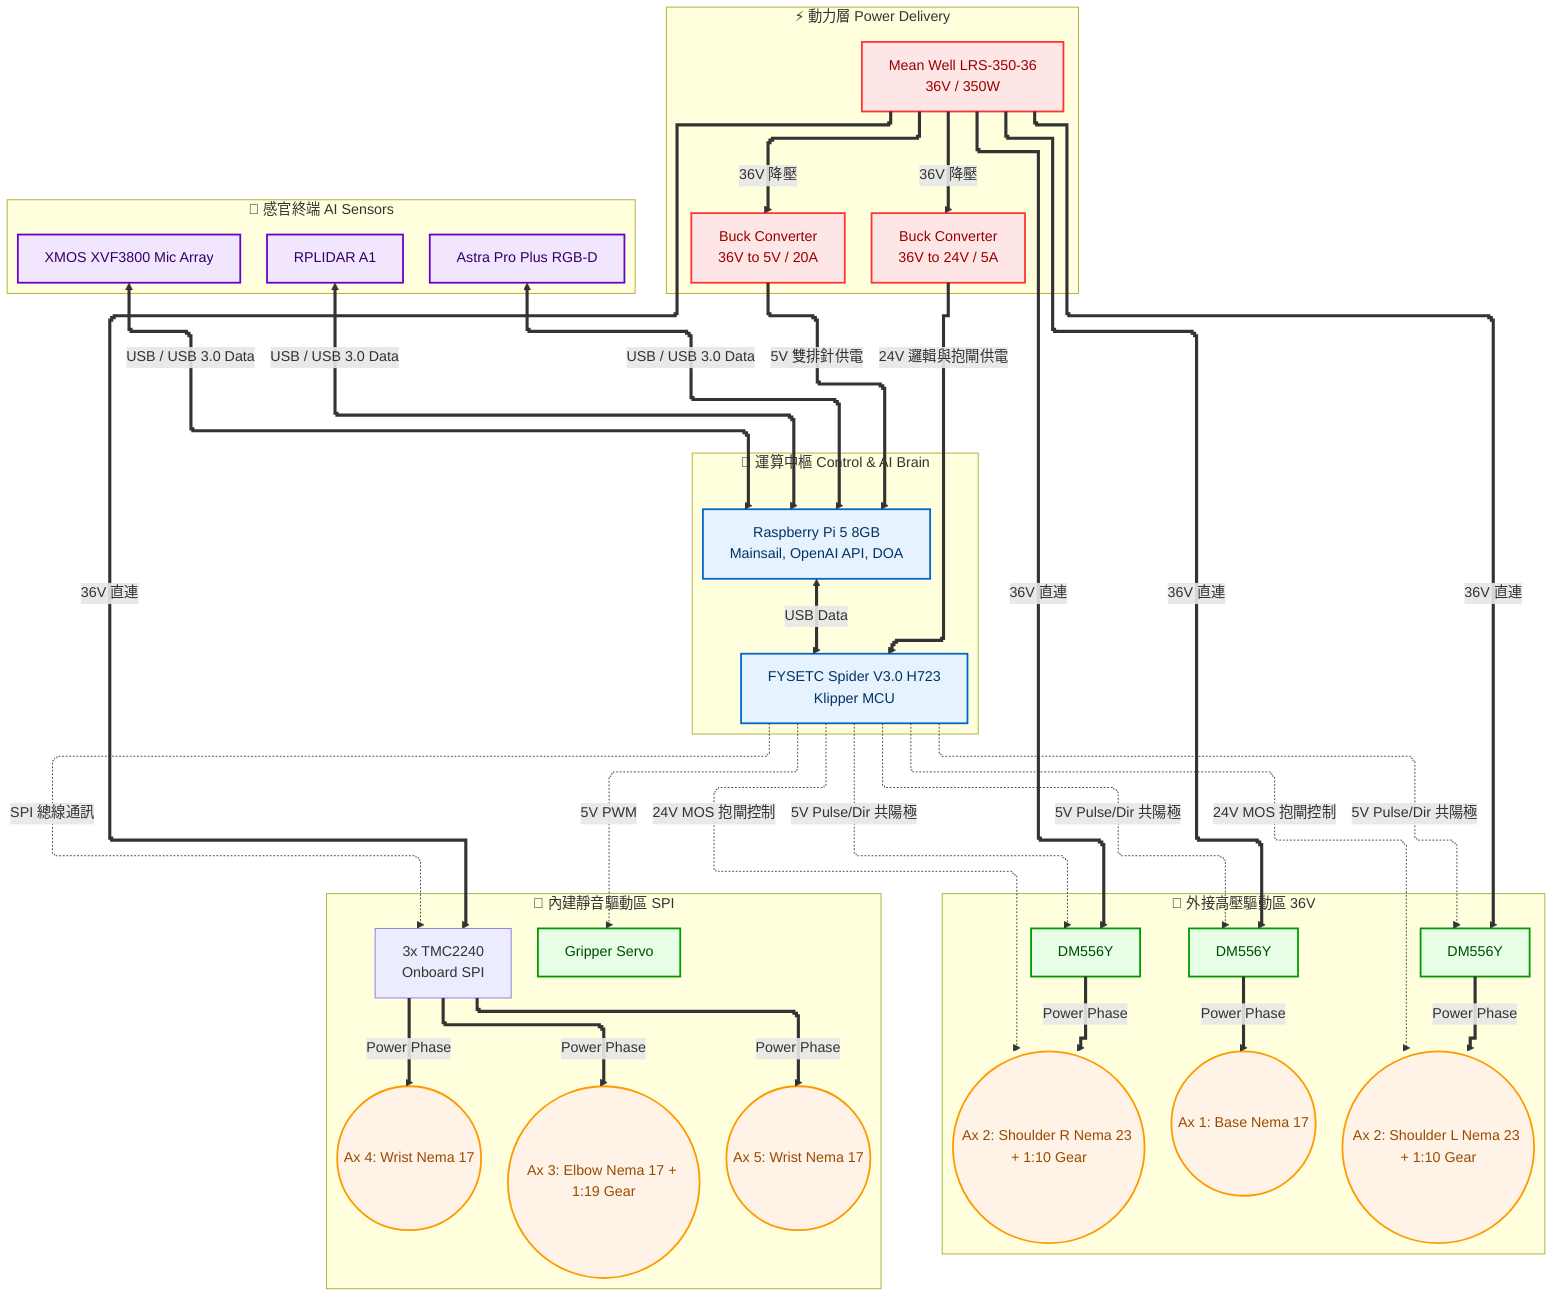
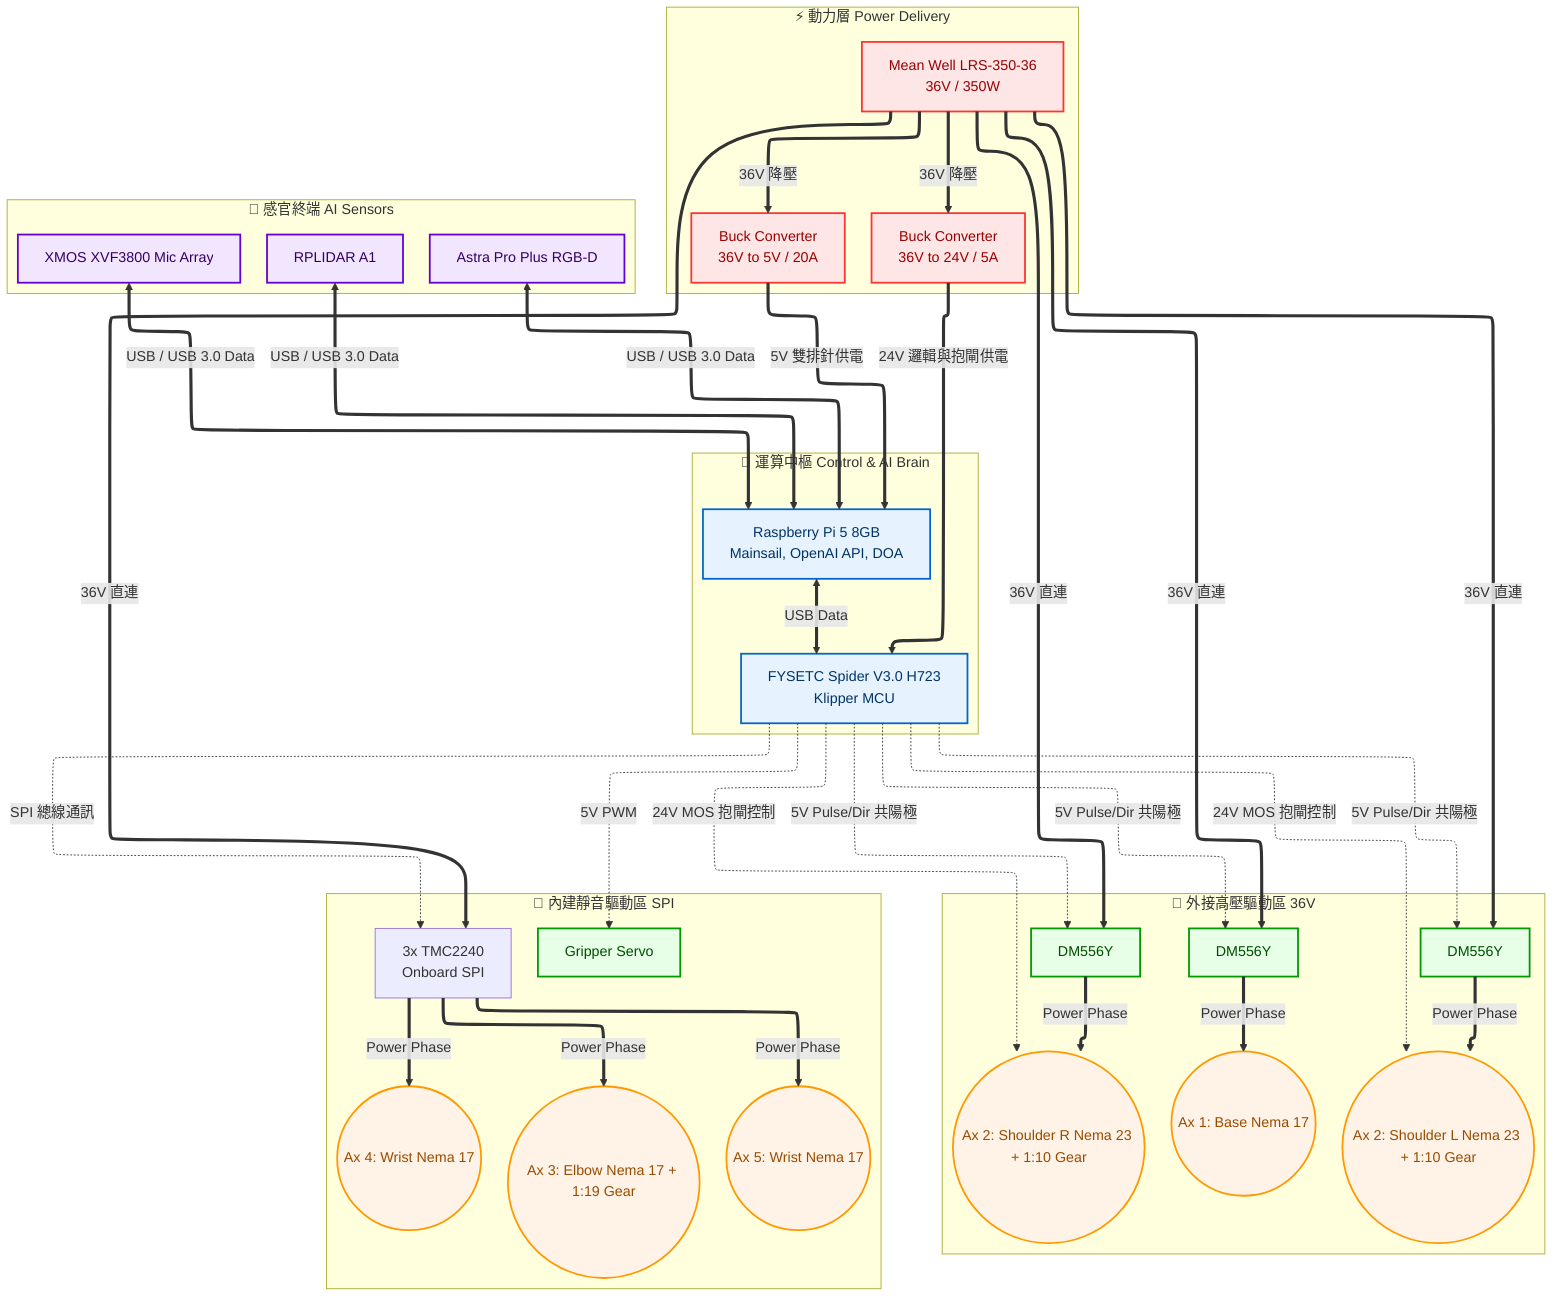
---
config:
  layout: elk
---
- %%{init: {"flowchart": {"curve": "stepBefore"}}}%%
+ 
flowchart TB
 subgraph PowerLayer["⚡ 動力層 Power Delivery"]
    direction LR
        PSU["Mean Well LRS-350-36<br>36V / 350W"]
        Buck5V["Buck Converter<br>36V to 5V / 20A"]
        Buck24V["Buck Converter<br>36V to 24V / 5A"]
  end
 subgraph ComputeLayer["🧠 運算中樞 Control & AI Brain"]
    direction LR
        Pi5["Raspberry Pi 5 8GB<br>Mainsail, OpenAI API, DOA"]
        Spider["FYSETC Spider V3.0 H723<br>Klipper MCU"]
  end
 subgraph SensorLayer["👀 感官終端 AI Sensors"]
    direction TB
        Mic["XMOS XVF3800 Mic Array"]
        Cam["Astra Pro Plus RGB-D"]
        Lidar["RPLIDAR A1"]
  end
 subgraph ExtDrive["🦾 外接高壓驅動區 36V"]
    direction TB
        DM1["DM556Y"]
        DM2L["DM556Y"]
        DM2R["DM556Y"]
        M1(("Ax 1: Base Nema 17"))
        M2L(("Ax 2: Shoulder L Nema 23 + 1:10 Gear"))
        M2R(("Ax 2: Shoulder R Nema 23 + 1:10 Gear"))
  end
 subgraph IntDrive["🦾 內建靜音驅動區 SPI"]
    direction TB
        TMC["3x TMC2240<br>Onboard SPI"]
        M3(("Ax 3: Elbow Nema 17 + 1:19 Gear"))
        M4(("Ax 4: Wrist Nema 17"))
        M5(("Ax 5: Wrist Nema 17"))
        Servo["Gripper Servo"]
  end
    PSU == 36V 直連 ==> DM1 & DM2L & DM2R & TMC
    PSU == 36V 降壓 ==> Buck5V & Buck24V
    Buck5V == 5V 雙排針供電 ==> Pi5
    Buck24V == 24V 邏輯與抱閘供電 ==> Spider
    Mic <== "USB / USB 3.0 Data" ==> Pi5
    Cam <== "USB / USB 3.0 Data" ==> Pi5
    Lidar <== "USB / USB 3.0 Data" ==> Pi5
    Pi5 <== USB Data ==> Spider
    Spider -. 5V Pulse/Dir 共陽極 .-> DM1 & DM2L & DM2R
    Spider -. SPI 總線通訊 .-> TMC
    Spider -. 24V MOS 抱閘控制 .-> M2L & M2R
    Spider -. 5V PWM .-> Servo
    DM1 == Power Phase ===> M1
    DM2L == Power Phase ===> M2L
    DM2R == Power Phase ===> M2R
    TMC == Power Phase ===> M3 & M4 & M5

     PSU:::power
     Buck5V:::power
     Buck24V:::power
     Pi5:::compute
     Spider:::compute
     Mic:::ai
     Cam:::ai
     Lidar:::ai
     DM1:::driver
     DM2L:::driver
     DM2R:::driver
     M1:::motor
     M2L:::motor
     M2R:::motor
     M3:::motor
     M4:::motor
     M5:::motor
     Servo:::driver
    classDef power fill:#ffe6e6,stroke:#ff3333,stroke-width:2px,color:#990000
    classDef compute fill:#e6f3ff,stroke:#0066cc,stroke-width:2px,color:#003366
    classDef driver fill:#e6ffe6,stroke:#009900,stroke-width:2px,color:#004d00
    classDef motor fill:#fff2e6,stroke:#ff9900,stroke-width:2px,color:#994c00
    classDef ai fill:#f2e6ff,stroke:#6600cc,stroke-width:2px,color:#330066
